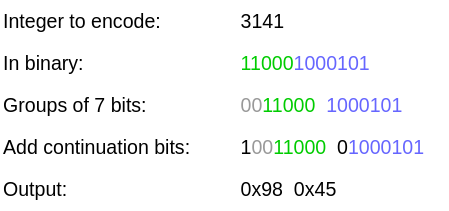
The draw.io diagram varint.drawio.svg in Timmmm/fst_spec, before a commit. Source tidied: cells renumbered, new cells last; positions are measured from the earlier drawing's top-left corner, leaving out a move shared by most shapes.
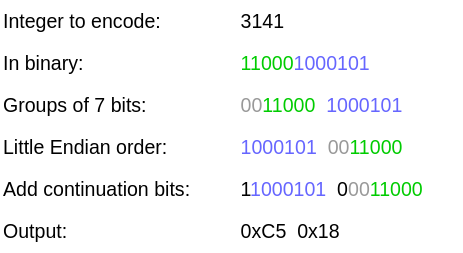
After the change.

The edit, as a diff of the source:
```diff
@@ -21,16 +21,22 @@
       <mxGeometry x="170" y="60" width="140" height="30" as="geometry" />
     </mxCell>
     <mxCell id="8" value="Add continuation bits:" style="text;html=1;align=left;verticalAlign=middle;strokeColor=none;fillColor=none;fontSize=14;" parent="1" vertex="1">
-      <mxGeometry y="90" width="160" height="30" as="geometry" />
+      <mxGeometry y="120" width="160" height="30" as="geometry" />
     </mxCell>
-    <mxCell id="9" value="1&lt;font color=&quot;#999999&quot; style=&quot;font-size: 14px;&quot;&gt;00&lt;/font&gt;&lt;font color=&quot;#00cc00&quot; style=&quot;font-size: 14px;&quot;&gt;11000&amp;nbsp; &lt;/font&gt;0&lt;font color=&quot;#6666ff&quot; style=&quot;font-size: 14px;&quot;&gt;1000101&lt;/font&gt;" style="text;html=1;align=left;verticalAlign=middle;strokeColor=none;fillColor=none;fontSize=14;" parent="1" vertex="1">
-      <mxGeometry x="170" y="90" width="150" height="30" as="geometry" />
+    <mxCell id="9" value="1&lt;span style=&quot;color: rgb(102, 102, 255);&quot;&gt;1000101&lt;/span&gt;&lt;font color=&quot;#00cc00&quot; style=&quot;font-size: 14px;&quot;&gt;&amp;nbsp;&amp;nbsp;&lt;/font&gt;0&lt;font color=&quot;#999999&quot;&gt;00&lt;/font&gt;&lt;font color=&quot;#00cc00&quot;&gt;11000&amp;nbsp;&lt;/font&gt;" style="text;html=1;align=left;verticalAlign=middle;strokeColor=none;fillColor=none;fontSize=14;" parent="1" vertex="1">
+      <mxGeometry x="170" y="120" width="160" height="30" as="geometry" />
     </mxCell>
     <mxCell id="10" value="Output:" style="text;html=1;align=left;verticalAlign=middle;strokeColor=none;fillColor=none;fontSize=14;" parent="1" vertex="1">
-      <mxGeometry y="120" width="70" height="30" as="geometry" />
+      <mxGeometry y="150" width="70" height="30" as="geometry" />
     </mxCell>
-    <mxCell id="11" value="0x98&amp;nbsp; 0x45&amp;nbsp;" style="text;html=1;align=left;verticalAlign=middle;strokeColor=none;fillColor=none;fontSize=14;" parent="1" vertex="1">
-      <mxGeometry x="170" y="120" width="100" height="30" as="geometry" />
+    <mxCell id="11" value="0xC5&amp;nbsp; 0x18&amp;nbsp;" style="text;html=1;align=left;verticalAlign=middle;strokeColor=none;fillColor=none;fontSize=14;" parent="1" vertex="1">
+      <mxGeometry x="170" y="150" width="100" height="30" as="geometry" />
     </mxCell>
+    <mxCell id="12" value="Little Endian order:" style="text;html=1;align=left;verticalAlign=middle;strokeColor=none;fillColor=none;fontSize=14;" parent="1" vertex="1">
+      <mxGeometry y="90" width="140" height="30" as="geometry" />
+    </mxCell>
+    <mxCell id="13" value="&lt;span style=&quot;color: rgb(102, 102, 255);&quot;&gt;1000101&amp;nbsp;&amp;nbsp;&lt;/span&gt;&lt;font color=&quot;#999999&quot; style=&quot;font-size: 14px;&quot;&gt;00&lt;/font&gt;&lt;font color=&quot;#00cc00&quot; style=&quot;font-size: 14px;&quot;&gt;11000&amp;nbsp;&amp;nbsp;&lt;/font&gt;" style="text;html=1;align=left;verticalAlign=middle;strokeColor=none;fillColor=none;fontSize=14;" parent="1" vertex="1">
+      <mxGeometry x="170" y="90" width="150" height="30" as="geometry" />
+    </mxCell>
   </root>
 </mxGraphModel>
```
